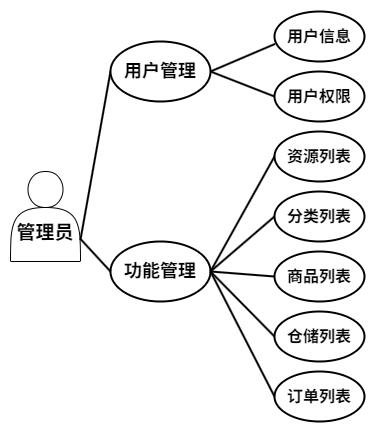
xiyuliu509/microservice-shop keeps this draw.io diagram as 1.drawio.png. Above is the earlier version. Source tidied: cells renumbered, new cells last; positions are measured from the earlier drawing's top-left corner, leaving out a move shared by most shapes.
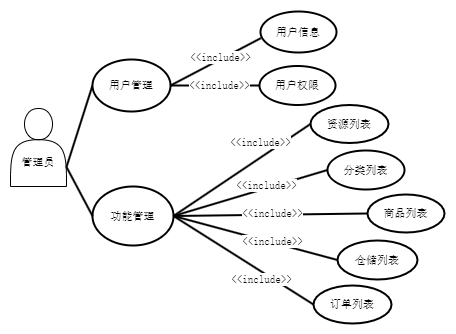
The same file after the commit.

Diff of the diagram source:
```diff
@@ -2,64 +2,97 @@
   <root>
     <mxCell id="0" />
     <mxCell id="1" parent="0" />
-    <mxCell id="2" value="&lt;h2&gt;&lt;font style=&quot;font-size: 19px;&quot;&gt;管理员&lt;/font&gt;&lt;/h2&gt;" style="shape=actor;whiteSpace=wrap;html=1;verticalAlign=bottom;fontStyle=1;fontFamily=Comic Sans MS;rounded=0;" parent="1" vertex="1">
-      <mxGeometry y="160" width="70" height="90" as="geometry" />
+    <mxCell id="2" value="&lt;h2&gt;&lt;font style=&quot;font-weight: normal; font-size: 11px;&quot;&gt;管理员&lt;/font&gt;&lt;/h2&gt;" style="shape=actor;whiteSpace=wrap;html=1;verticalAlign=bottom;fontStyle=1;fontFamily=宋体;rounded=0;fontSize=11;" parent="1" vertex="1">
+      <mxGeometry x="2" y="94" width="56" height="78" as="geometry" />
     </mxCell>
-    <mxCell id="3" style="endArrow=none;html=1;entryX=0;entryY=0.5;entryDx=0;entryDy=0;entryPerimeter=0;rounded=0;strokeWidth=2;" parent="1" edge="1" target="4">
-      <mxGeometry relative="1" as="geometry">
-        <mxPoint x="70" y="228" as="sourcePoint" />
-      </mxGeometry>
+    <mxCell id="3" style="endArrow=none;html=1;entryX=0;entryY=0.5;entryDx=0;entryDy=0;entryPerimeter=0;rounded=0;strokeWidth=2;exitX=1;exitY=0.75;exitDx=0;exitDy=0;fontFamily=宋体;fontSize=11;" parent="1" edge="1" source="2" target="4">
+      <mxGeometry relative="1" as="geometry" />
     </mxCell>
-    <mxCell id="4" value="&lt;font style=&quot;font-size: 18px;&quot;&gt;&lt;b&gt;用户管理&lt;/b&gt;&lt;/font&gt;" style="strokeWidth=2;html=1;shape=mxgraph.flowchart.start_1;whiteSpace=wrap;rounded=0;" parent="1" vertex="1">
-      <mxGeometry x="100" y="30" width="100" height="60" as="geometry" />
+    <mxCell id="4" value="&lt;font&gt;用户管理&lt;/font&gt;" style="strokeWidth=2;html=1;shape=mxgraph.flowchart.start_1;whiteSpace=wrap;rounded=0;fontFamily=宋体;fontSize=11;" parent="1" vertex="1">
+      <mxGeometry x="84" y="45" width="78" height="52" as="geometry" />
     </mxCell>
-    <mxCell id="5" value="&lt;font style=&quot;font-size: 16px;&quot;&gt;&lt;b&gt;用户信息&lt;/b&gt;&lt;/font&gt;" style="strokeWidth=2;html=1;shape=mxgraph.flowchart.start_1;whiteSpace=wrap;rounded=0;" parent="1" vertex="1">
-      <mxGeometry x="264" width="90" height="50" as="geometry" />
+    <mxCell id="5" value="&lt;font&gt;用户信息&lt;/font&gt;" style="strokeWidth=2;html=1;shape=mxgraph.flowchart.start_1;whiteSpace=wrap;rounded=0;fontFamily=宋体;fontSize=11;" parent="1" vertex="1">
+      <mxGeometry x="252" y="-3" width="76" height="41" as="geometry" />
     </mxCell>
-    <mxCell id="6" value="&lt;font style=&quot;font-size: 16px;&quot;&gt;&lt;b&gt;用户权限&lt;/b&gt;&lt;/font&gt;" style="strokeWidth=2;html=1;shape=mxgraph.flowchart.start_1;whiteSpace=wrap;rounded=0;" parent="1" vertex="1">
-      <mxGeometry x="264" y="60" width="90" height="50" as="geometry" />
+    <mxCell id="6" value="&lt;font&gt;用户权限&lt;/font&gt;" style="strokeWidth=2;html=1;shape=mxgraph.flowchart.start_1;whiteSpace=wrap;rounded=0;fontFamily=宋体;fontSize=11;" parent="1" vertex="1">
+      <mxGeometry x="251" y="51.5" width="76" height="39" as="geometry" />
     </mxCell>
-    <mxCell id="7" style="endArrow=none;html=1;entryX=0.006;entryY=0.649;entryDx=0;entryDy=0;entryPerimeter=0;exitX=1;exitY=0.5;exitDx=0;exitDy=0;exitPerimeter=0;rounded=0;strokeWidth=2;" parent="1" edge="1" source="4" target="5">
+    <mxCell id="7" style="endArrow=none;html=1;entryX=0.006;entryY=0.649;entryDx=0;entryDy=0;entryPerimeter=0;exitX=1;exitY=0.5;exitDx=0;exitDy=0;exitPerimeter=0;rounded=0;strokeWidth=2;fontFamily=宋体;fontSize=11;" parent="1" edge="1" source="4" target="5">
       <mxGeometry relative="1" as="geometry" />
     </mxCell>
+    <mxCell id="21" value="&amp;lt;&amp;lt;include&amp;gt;&amp;gt;" style="edgeLabel;html=1;align=center;verticalAlign=middle;fontFamily=宋体;fontSize=11;" parent="7" vertex="1">
+      <mxGeometry x="0.2" y="2" relative="1" as="geometry">
+        <mxPoint x="-4" y="2" as="offset" />
+      </mxGeometry>
+    </mxCell>
-    <mxCell id="8" style="endArrow=none;html=1;entryX=0;entryY=0.5;entryDx=0;entryDy=0;entryPerimeter=0;exitX=1;exitY=0.5;exitDx=0;exitDy=0;exitPerimeter=0;rounded=0;strokeWidth=2;" parent="1" edge="1" source="4" target="6">
+    <mxCell id="8" style="endArrow=none;html=1;entryX=0;entryY=0.5;entryDx=0;entryDy=0;entryPerimeter=0;exitX=1;exitY=0.5;exitDx=0;exitDy=0;exitPerimeter=0;rounded=0;strokeWidth=2;fontFamily=宋体;fontSize=11;" parent="1" edge="1" source="4" target="6">
       <mxGeometry relative="1" as="geometry" />
     </mxCell>
+    <mxCell id="22" value="&amp;lt;&amp;lt;include&amp;gt;&amp;gt;" style="edgeLabel;html=1;align=center;verticalAlign=middle;fontFamily=宋体;fontSize=11;labelBackgroundColor=default;" parent="8" vertex="1">
+      <mxGeometry x="-0.1" relative="1" as="geometry">
+        <mxPoint x="9" as="offset" />
+      </mxGeometry>
+    </mxCell>
-    <mxCell id="9" value="&lt;font style=&quot;font-size: 18px;&quot;&gt;&lt;b&gt;功能管理&lt;/b&gt;&lt;/font&gt;" style="strokeWidth=2;html=1;shape=mxgraph.flowchart.start_1;whiteSpace=wrap;rounded=0;" parent="1" vertex="1">
-      <mxGeometry x="100" y="230" width="100" height="60" as="geometry" />
+    <mxCell id="9" value="&lt;font&gt;功能管理&lt;/font&gt;" style="strokeWidth=2;html=1;shape=mxgraph.flowchart.start_1;whiteSpace=wrap;rounded=0;fontFamily=宋体;fontSize=11;" parent="1" vertex="1">
+      <mxGeometry x="84" y="172" width="81" height="59" as="geometry" />
     </mxCell>
-    <mxCell id="10" value="&lt;font style=&quot;font-size: 16px;&quot;&gt;&lt;b&gt;订单列表&lt;/b&gt;&lt;/font&gt;" style="strokeWidth=2;html=1;shape=mxgraph.flowchart.start_1;whiteSpace=wrap;rounded=0;" parent="1" vertex="1">
-      <mxGeometry x="264" y="360" width="90" height="50" as="geometry" />
+    <mxCell id="10" value="&lt;font&gt;订单列表&lt;/font&gt;" style="strokeWidth=2;html=1;shape=mxgraph.flowchart.start_1;whiteSpace=wrap;rounded=0;fontFamily=宋体;fontSize=11;" parent="1" vertex="1">
+      <mxGeometry x="305" y="271" width="78" height="38" as="geometry" />
     </mxCell>
-    <mxCell id="11" value="&lt;font style=&quot;font-size: 16px;&quot;&gt;&lt;b&gt;资源列表&lt;/b&gt;&lt;/font&gt;" style="strokeWidth=2;html=1;shape=mxgraph.flowchart.start_1;whiteSpace=wrap;rounded=0;" parent="1" vertex="1">
-      <mxGeometry x="264" y="120" width="90" height="50" as="geometry" />
+    <mxCell id="11" value="&lt;font&gt;资源列表&lt;/font&gt;" style="strokeWidth=2;html=1;shape=mxgraph.flowchart.start_1;whiteSpace=wrap;rounded=0;fontFamily=宋体;fontSize=11;" parent="1" vertex="1">
+      <mxGeometry x="302" y="90.5" width="78" height="38" as="geometry" />
     </mxCell>
-    <mxCell id="12" value="&lt;font style=&quot;font-size: 16px;&quot;&gt;&lt;b&gt;分类列表&lt;/b&gt;&lt;/font&gt;" style="strokeWidth=2;html=1;shape=mxgraph.flowchart.start_1;whiteSpace=wrap;rounded=0;" parent="1" vertex="1">
-      <mxGeometry x="264" y="180" width="90" height="50" as="geometry" />
+    <mxCell id="12" value="&lt;font&gt;分类列表&lt;/font&gt;" style="strokeWidth=2;html=1;shape=mxgraph.flowchart.start_1;whiteSpace=wrap;rounded=0;fontFamily=宋体;fontSize=11;" parent="1" vertex="1">
+      <mxGeometry x="319" y="136" width="77" height="39" as="geometry" />
     </mxCell>
-    <mxCell id="13" value="&lt;font style=&quot;font-size: 16px;&quot;&gt;&lt;b&gt;商品列表&lt;/b&gt;&lt;/font&gt;" style="strokeWidth=2;html=1;shape=mxgraph.flowchart.start_1;whiteSpace=wrap;rounded=0;" parent="1" vertex="1">
-      <mxGeometry x="264" y="240" width="90" height="50" as="geometry" />
+    <mxCell id="13" value="&lt;font&gt;商品列表&lt;/font&gt;" style="strokeWidth=2;html=1;shape=mxgraph.flowchart.start_1;whiteSpace=wrap;rounded=0;fontFamily=宋体;fontSize=11;" parent="1" vertex="1">
+      <mxGeometry x="359" y="180" width="77" height="38" as="geometry" />
     </mxCell>
-    <mxCell id="14" value="&lt;font style=&quot;font-size: 16px;&quot;&gt;&lt;b&gt;仓储列表&lt;/b&gt;&lt;/font&gt;" style="strokeWidth=2;html=1;shape=mxgraph.flowchart.start_1;whiteSpace=wrap;rounded=0;" parent="1" vertex="1">
-      <mxGeometry x="264" y="300" width="90" height="50" as="geometry" />
+    <mxCell id="14" value="&lt;font&gt;仓储列表&lt;/font&gt;" style="strokeWidth=2;html=1;shape=mxgraph.flowchart.start_1;whiteSpace=wrap;rounded=0;fontFamily=宋体;fontSize=11;" parent="1" vertex="1">
+      <mxGeometry x="329" y="226" width="80" height="39" as="geometry" />
     </mxCell>
-    <mxCell id="15" style="endArrow=none;html=1;exitX=1;exitY=0.75;exitDx=0;exitDy=0;entryX=0;entryY=0.5;entryDx=0;entryDy=0;entryPerimeter=0;rounded=0;strokeWidth=2;" parent="1" edge="1" source="2" target="9">
+    <mxCell id="15" style="endArrow=none;html=1;exitX=1;exitY=0.75;exitDx=0;exitDy=0;entryX=0;entryY=0.5;entryDx=0;entryDy=0;entryPerimeter=0;rounded=0;strokeWidth=2;fontFamily=宋体;fontSize=11;" parent="1" edge="1" source="2" target="9">
       <mxGeometry relative="1" as="geometry" />
     </mxCell>
-    <mxCell id="16" style="endArrow=none;html=1;entryX=0;entryY=0.5;entryDx=0;entryDy=0;entryPerimeter=0;exitX=1;exitY=0.5;exitDx=0;exitDy=0;exitPerimeter=0;rounded=0;strokeWidth=2;" parent="1" edge="1" source="9" target="14">
+    <mxCell id="16" style="endArrow=none;html=1;entryX=0;entryY=0.5;entryDx=0;entryDy=0;entryPerimeter=0;exitX=1;exitY=0.5;exitDx=0;exitDy=0;exitPerimeter=0;rounded=0;strokeWidth=2;fontFamily=宋体;fontSize=11;" parent="1" edge="1" source="9" target="14">
       <mxGeometry relative="1" as="geometry" />
     </mxCell>
+    <mxCell id="23" value="&amp;lt;&amp;lt;include&amp;gt;&amp;gt;" style="edgeLabel;html=1;align=center;verticalAlign=middle;fontFamily=宋体;fontSize=11;" parent="16" vertex="1">
+      <mxGeometry x="0.04" y="-2" relative="1" as="geometry">
+        <mxPoint x="14" as="offset" />
+      </mxGeometry>
+    </mxCell>
-    <mxCell id="17" style="endArrow=none;html=1;entryX=0;entryY=0.5;entryDx=0;entryDy=0;entryPerimeter=0;exitX=1;exitY=0.5;exitDx=0;exitDy=0;exitPerimeter=0;rounded=0;strokeWidth=2;" parent="1" edge="1" source="9" target="13">
+    <mxCell id="17" style="endArrow=none;html=1;entryX=0;entryY=0.5;entryDx=0;entryDy=0;entryPerimeter=0;exitX=1;exitY=0.5;exitDx=0;exitDy=0;exitPerimeter=0;rounded=0;strokeWidth=2;fontFamily=宋体;fontSize=11;" parent="1" edge="1" source="9" target="13">
       <mxGeometry relative="1" as="geometry" />
     </mxCell>
+    <mxCell id="24" value="&amp;lt;&amp;lt;include&amp;gt;&amp;gt;" style="edgeLabel;html=1;align=center;verticalAlign=middle;fontFamily=宋体;fontSize=11;" parent="17" vertex="1">
+      <mxGeometry x="-0.02" y="2" relative="1" as="geometry">
+        <mxPoint x="4" as="offset" />
+      </mxGeometry>
+    </mxCell>
-    <mxCell id="18" style="endArrow=none;html=1;entryX=0;entryY=0.5;entryDx=0;entryDy=0;entryPerimeter=0;exitX=1;exitY=0.5;exitDx=0;exitDy=0;exitPerimeter=0;rounded=0;strokeWidth=2;" parent="1" edge="1" source="9" target="12">
+    <mxCell id="18" style="endArrow=none;html=1;entryX=0;entryY=0.5;entryDx=0;entryDy=0;entryPerimeter=0;exitX=1;exitY=0.5;exitDx=0;exitDy=0;exitPerimeter=0;rounded=0;strokeWidth=2;fontFamily=宋体;fontSize=11;" parent="1" edge="1" source="9" target="12">
       <mxGeometry relative="1" as="geometry" />
     </mxCell>
+    <mxCell id="25" value="&amp;lt;&amp;lt;include&amp;gt;&amp;gt;" style="edgeLabel;html=1;align=center;verticalAlign=middle;fontFamily=宋体;fontSize=11;" parent="18" vertex="1">
+      <mxGeometry x="0.08" relative="1" as="geometry">
+        <mxPoint x="10" y="-6" as="offset" />
+      </mxGeometry>
+    </mxCell>
-    <mxCell id="19" style="endArrow=none;html=1;entryX=0;entryY=0.5;entryDx=0;entryDy=0;entryPerimeter=0;exitX=1;exitY=0.5;exitDx=0;exitDy=0;exitPerimeter=0;rounded=0;strokeWidth=2;" parent="1" edge="1" source="9" target="11">
+    <mxCell id="19" style="endArrow=none;html=1;entryX=0;entryY=0.5;entryDx=0;entryDy=0;entryPerimeter=0;exitX=1;exitY=0.5;exitDx=0;exitDy=0;exitPerimeter=0;rounded=0;strokeWidth=2;fontFamily=宋体;fontSize=11;" parent="1" edge="1" source="9" target="11">
       <mxGeometry relative="1" as="geometry" />
     </mxCell>
+    <mxCell id="26" value="&amp;lt;&amp;lt;include&amp;gt;&amp;gt;" style="edgeLabel;html=1;align=center;verticalAlign=middle;fontFamily=宋体;fontSize=11;" parent="19" vertex="1">
+      <mxGeometry x="0.08" y="2" relative="1" as="geometry">
+        <mxPoint x="14" y="-22" as="offset" />
+      </mxGeometry>
+    </mxCell>
-    <mxCell id="20" style="endArrow=none;html=1;entryX=0;entryY=0.5;entryDx=0;entryDy=0;entryPerimeter=0;exitX=1;exitY=0.5;exitDx=0;exitDy=0;exitPerimeter=0;rounded=0;strokeWidth=2;" parent="1" edge="1" source="9" target="10">
+    <mxCell id="20" style="endArrow=none;html=1;entryX=0;entryY=0.5;entryDx=0;entryDy=0;entryPerimeter=0;exitX=1;exitY=0.5;exitDx=0;exitDy=0;exitPerimeter=0;rounded=0;strokeWidth=2;fontFamily=宋体;fontSize=11;" parent="1" edge="1" source="9" target="10">
       <mxGeometry relative="1" as="geometry" />
     </mxCell>
+    <mxCell id="27" value="&amp;lt;&amp;lt;include&amp;gt;&amp;gt;" style="edgeLabel;html=1;align=center;verticalAlign=middle;fontFamily=宋体;fontSize=11;" parent="20" vertex="1">
+      <mxGeometry x="0.12" y="-2" relative="1" as="geometry">
+        <mxPoint x="11" y="12" as="offset" />
+      </mxGeometry>
+    </mxCell>
   </root>
 </mxGraphModel>
```
